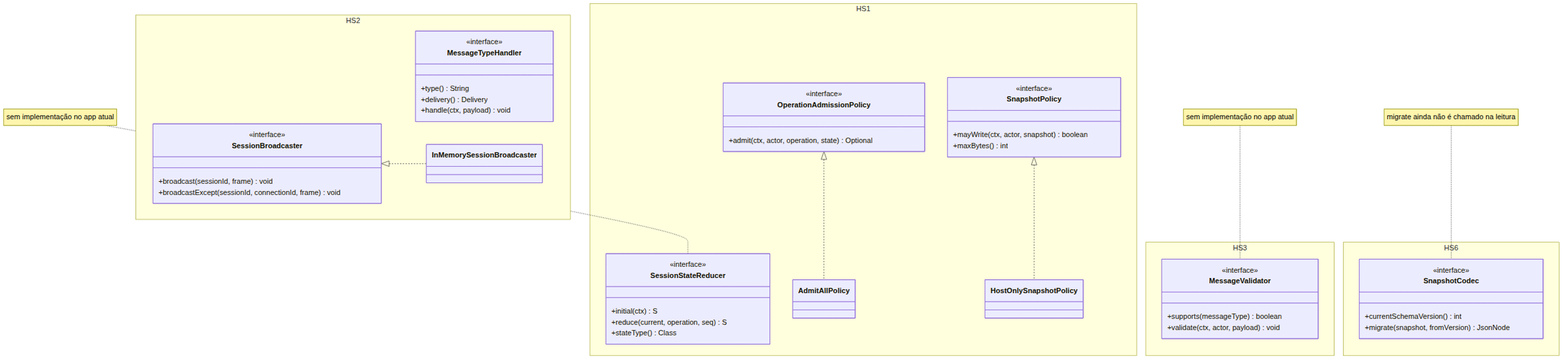
The Mermaid diagram docs/diagrams/out/b2-spis-sincronizacao.png in ssugary/BlenderPDS, before a commit. Its source is kept beside it as docs/diagrams/src/b2-spis-sincronizacao.mmd.
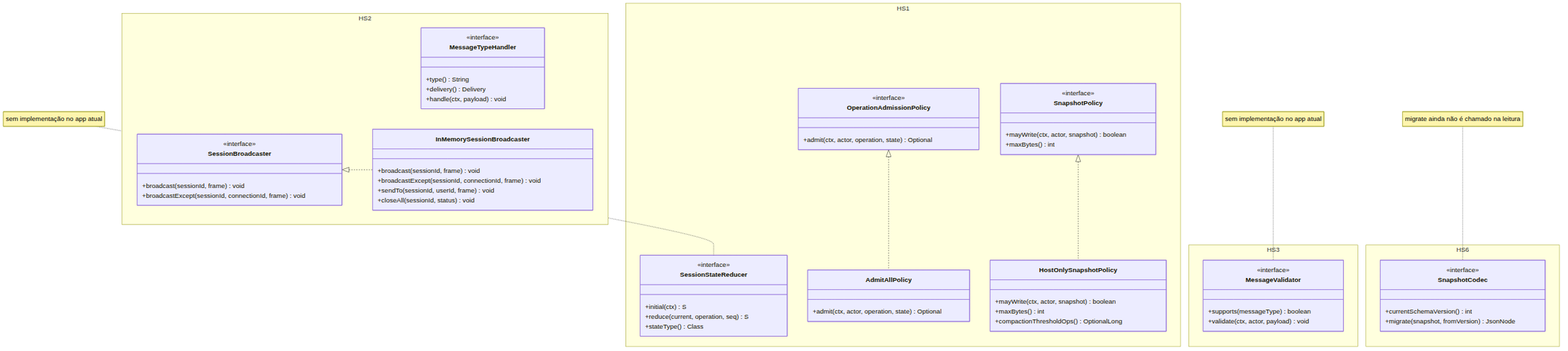
The same diagram one commit later.

Change to the diagram source:
```diff
@@ -19,8 +19,14 @@
             +mayWrite(ctx, actor, snapshot) boolean
             +maxBytes() int
         }
-        class AdmitAllPolicy
-        class HostOnlySnapshotPolicy
+        class AdmitAllPolicy {
+        +admit(ctx, actor, operation, state) Optional
+        }
+        class HostOnlySnapshotPolicy {
+        +mayWrite(ctx, actor, snapshot) boolean
+        +maxBytes() int
+        +compactionThresholdOps() OptionalLong
+        }
     }
     namespace HS2 {
         class MessageTypeHandler {
@@ -34,7 +40,12 @@
             +broadcast(sessionId, frame) void
             +broadcastExcept(sessionId, connectionId, frame) void
         }
-        class InMemorySessionBroadcaster
+        class InMemorySessionBroadcaster {
+        +broadcast(sessionId, frame) void
+        +broadcastExcept(sessionId, connectionId, frame) void
+        +sendTo(sessionId, userId, frame) void
+        +closeAll(sessionId, status) void
+        }
     }
     namespace HS3 {
         class MessageValidator {
```
